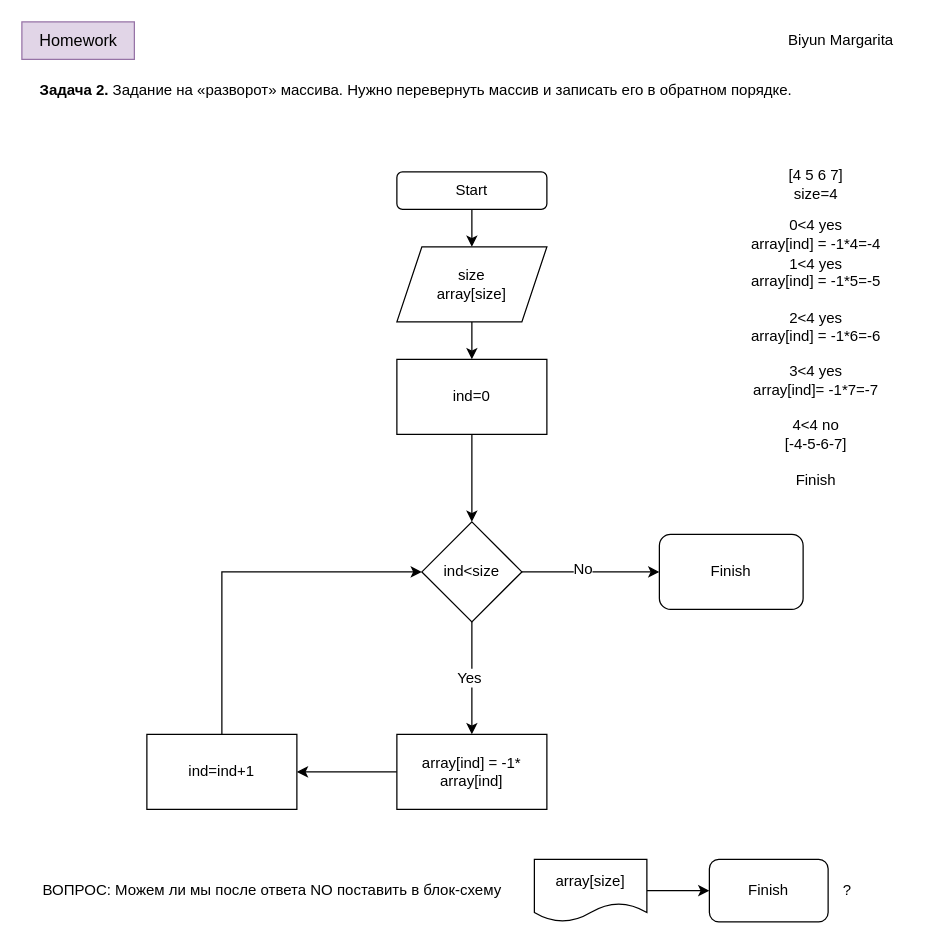
This is page "HW.Task2" (10 of 12) of Homework6/9/22.drawio from margobiyun/python, a draw.io file, before an edit. Source tidied: cells renumbered, new cells numbered last; positions are measured from the earlier drawing's top-left corner, leaving out a move shared by most shapes. Both pictures are drawn from the tidied source at 125%, with x=0, y=0 at pixel (21, 21).
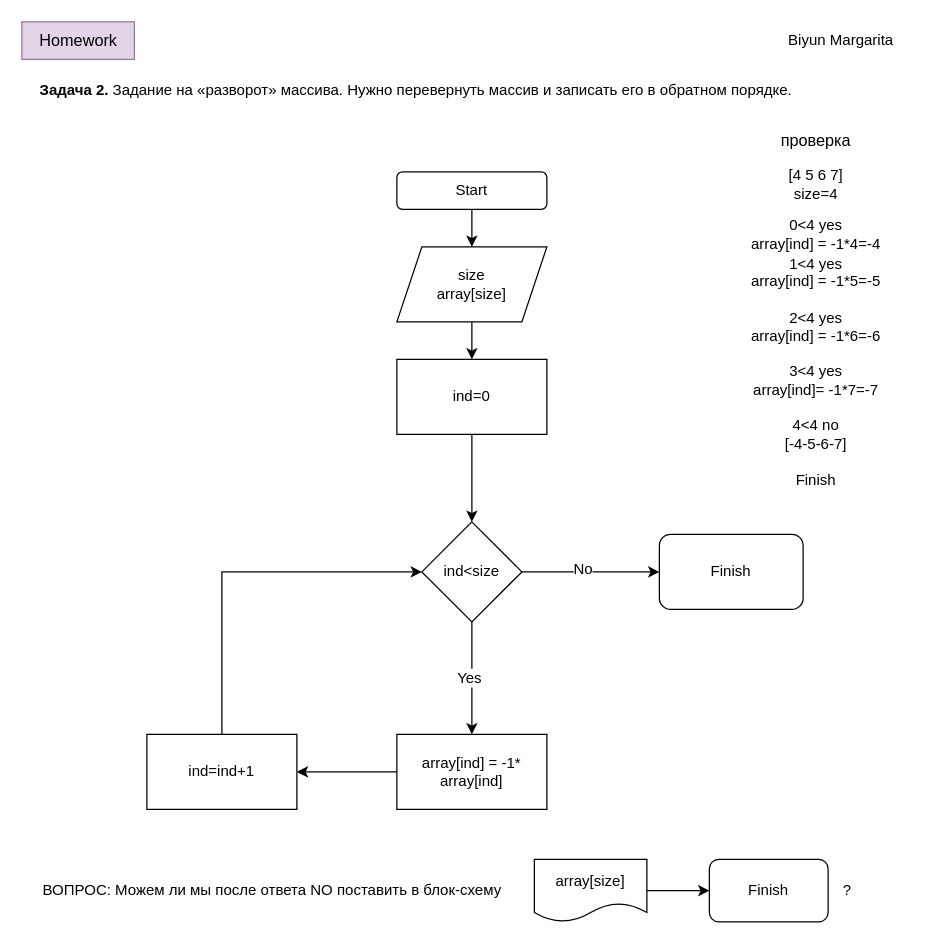
The same diagram, later.

What changed in the source:
```diff
@@
+    <mxCell id="29" value="проверка&lt;br&gt;" style="text;html=1;align=center;verticalAlign=middle;strokeColor=none;fillColor=none;fontSize=13;" parent="1" vertex="1">
+      <mxGeometry x="595" y="80" width="80" height="30" as="geometry" />
+    </mxCell>
```
